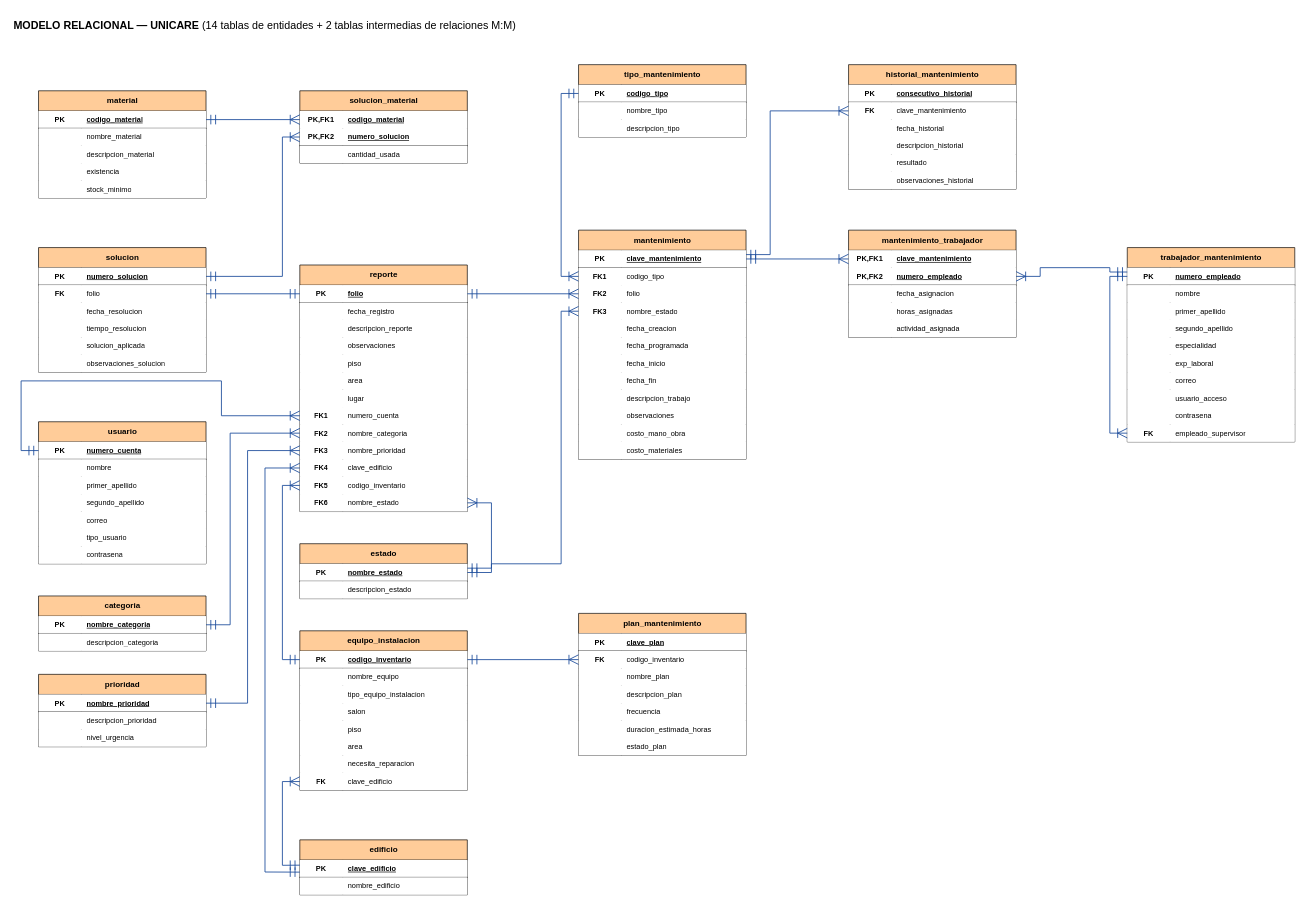
Before: page "MR UniCare (16 tablas)" (2 of 2) of docs/UniCare_DER_MR_14_entidades.drawio in AntonioAzael/UNICARE, a draw.io diagram. Source tidied: cells renumbered, new cells numbered last; positions are measured from the earlier drawing's top-left corner, leaving out a move shared by most shapes. Both pictures are drawn from the tidied source at 67%, with x=0, y=0 at pixel (12, 11).
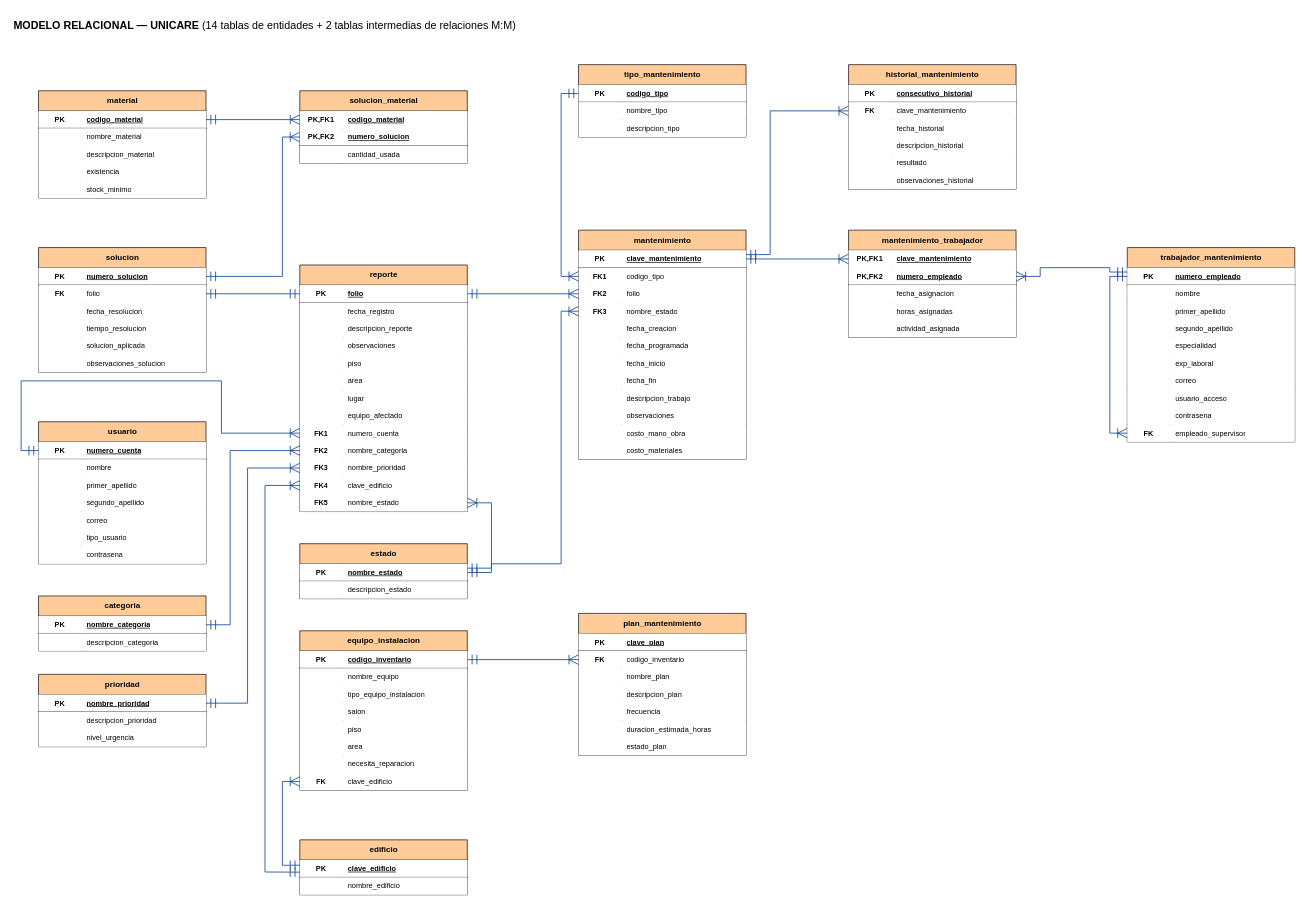
The same diagram, later.

The change refers to these unchanged cells:
```xml
<mxCell id="39" style="shape=tableRow;horizontal=0;startSize=0;swimlaneHead=0;swimlaneBody=0;fillColor=#FFFFFF;points=[[0,0.5],[1,0.5]];portConstraint=eastwest;top=0;left=0;right=0;bottom=1;html=1;" parent="38" vertex="1">
  <mxGeometry y="30" width="250" height="26" as="geometry" />
</mxCell>
<mxCell id="61" style="shape=tableRow;horizontal=0;startSize=0;swimlaneHead=0;swimlaneBody=0;fillColor=#FFFFFF;points=[[0,0.5],[1,0.5]];portConstraint=eastwest;top=0;left=0;right=0;bottom=1;html=1;" parent="60" vertex="1">
  <mxGeometry y="30" width="250" height="26" as="geometry" />
</mxCell>
<mxCell id="68" style="shape=tableRow;horizontal=0;startSize=0;swimlaneHead=0;swimlaneBody=0;fillColor=#FFFFFF;points=[[0,0.5],[1,0.5]];portConstraint=eastwest;top=0;left=0;right=0;bottom=1;html=1;" parent="67" vertex="1">
  <mxGeometry y="30" width="250" height="26" as="geometry" />
</mxCell>
<mxCell id="87" value="reporte" style="shape=table;startSize=30;childLayout=tableLayout;rowLines=0;fontStyle=1;align=center;html=1;fillColor=#FFCC99;strokeColor=#000000;fontSize=12;" parent="1" vertex="1">
  <mxGeometry x="429" y="378" width="250" height="368" as="geometry" />
</mxCell>
<mxCell id="112" style="shape=tableRow;horizontal=0;startSize=0;swimlaneHead=0;swimlaneBody=0;fillColor=#FFFFFF;points=[[0,0.5],[1,0.5]];portConstraint=eastwest;top=0;left=0;right=0;bottom=0;html=1;" parent="87" vertex="1">
  <mxGeometry y="342" width="250" height="26" as="geometry" />
</mxCell>
<mxCell id="123" style="shape=tableRow;horizontal=0;startSize=0;swimlaneHead=0;swimlaneBody=0;fillColor=#FFFFFF;points=[[0,0.5],[1,0.5]];portConstraint=eastwest;top=0;left=0;right=0;bottom=1;html=1;" parent="122" vertex="1">
  <mxGeometry y="30" width="250" height="26" as="geometry" />
</mxCell>
<mxCell id="148" style="shape=tableRow;horizontal=0;startSize=0;swimlaneHead=0;swimlaneBody=0;fillColor=#FFFFFF;points=[[0,0.5],[1,0.5]];portConstraint=eastwest;top=0;left=0;right=0;bottom=1;html=1;" parent="147" vertex="1">
  <mxGeometry y="30" width="250" height="26" as="geometry" />
</mxCell>
```

What changed in the source:
```diff
@@
     <mxCell id="100" style="shape=tableRow;horizontal=0;startSize=0;swimlaneHead=0;swimlaneBody=0;fillColor=#FFFFFF;points=[[0,0.5],[1,0.5]];portConstraint=eastwest;top=0;left=0;right=0;bottom=0;html=1;" parent="87" vertex="1">
-      <mxGeometry y="212" width="250" height="26" as="geometry" />
+      <mxGeometry y="238" width="250" height="26" as="geometry" />
     </mxCell>
@@
     <mxCell id="103" style="shape=tableRow;horizontal=0;startSize=0;swimlaneHead=0;swimlaneBody=0;fillColor=#FFFFFF;points=[[0,0.5],[1,0.5]];portConstraint=eastwest;top=0;left=0;right=0;bottom=0;html=1;" parent="87" vertex="1">
-      <mxGeometry y="238" width="250" height="26" as="geometry" />
+      <mxGeometry y="264" width="250" height="26" as="geometry" />
     </mxCell>
@@
     <mxCell id="106" style="shape=tableRow;horizontal=0;startSize=0;swimlaneHead=0;swimlaneBody=0;fillColor=#FFFFFF;points=[[0,0.5],[1,0.5]];portConstraint=eastwest;top=0;left=0;right=0;bottom=0;html=1;" parent="87" vertex="1">
-      <mxGeometry y="264" width="250" height="26" as="geometry" />
+      <mxGeometry y="290" width="250" height="26" as="geometry" />
     </mxCell>
@@
     <mxCell id="109" style="shape=tableRow;horizontal=0;startSize=0;swimlaneHead=0;swimlaneBody=0;fillColor=#FFFFFF;points=[[0,0.5],[1,0.5]];portConstraint=eastwest;top=0;left=0;right=0;bottom=0;html=1;" parent="87" vertex="1">
-      <mxGeometry y="316" width="250" height="26" as="geometry" />
+      <mxGeometry y="212" width="250" height="26" as="geometry" />
     </mxCell>
-    <mxCell id="110" value="FK5" style="shape=partialRectangle;fillColor=none;top=0;left=0;bottom=0;right=0;fontStyle=1;overflow=hidden;html=1;fontSize=11;" parent="109" vertex="1">
+    <mxCell id="110" style="shape=partialRectangle;fillColor=none;top=0;left=0;bottom=0;right=0;fontStyle=1;overflow=hidden;html=1;fontSize=11;" parent="109" vertex="1">
       <mxGeometry width="64" height="26" as="geometry" />
     </mxCell>
-    <mxCell id="111" value="codigo_inventario" style="shape=partialRectangle;fillColor=none;top=0;left=0;bottom=0;right=0;align=left;spacingLeft=6;fontStyle=0;overflow=hidden;html=1;fontSize=11;" parent="109" vertex="1">
+    <mxCell id="111" value="equipo_afectado" style="shape=partialRectangle;fillColor=none;top=0;left=0;bottom=0;right=0;align=left;spacingLeft=6;fontStyle=0;overflow=hidden;html=1;fontSize=11;" parent="109" vertex="1">
       <mxGeometry x="64" width="186" height="26" as="geometry" />
     </mxCell>
@@
-    <mxCell id="113" value="FK6" style="shape=partialRectangle;fillColor=none;top=0;left=0;bottom=0;right=0;fontStyle=1;overflow=hidden;html=1;fontSize=11;" parent="112" vertex="1">
+    <mxCell id="113" value="FK5" style="shape=partialRectangle;fillColor=none;top=0;left=0;bottom=0;right=0;fontStyle=1;overflow=hidden;html=1;fontSize=11;" parent="112" vertex="1">
       <mxGeometry width="64" height="26" as="geometry" />
     </mxCell>
@@
-    <mxCell id="289" style="edgeStyle=none;rounded=0;html=1;jumpStyle=arc;jumpSize=10;strokeColor=#1F4E9C;strokeWidth=1.3;startArrow=ERoneToMany;endArrow=ERmandOne;startFill=0;endFill=0;startSize=12;endSize=12;exitX=0;exitY=0.5;exitDx=0;exitDy=0;exitPerimeter=0;entryX=0;entryY=0.5;entryDx=0;entryDy=0;entryPerimeter=0;" parent="1" edge="1" source="109" target="123">
-      <mxGeometry relative="1" as="geometry">
-        <Array as="points">
-          <mxPoint x="403" y="707" />
-          <mxPoint x="403" y="967" />
-        </Array>
-      </mxGeometry>
-    </mxCell>
     <mxCell id="290" style="edgeStyle=none;rounded=0;html=1;jumpStyle=arc;jumpSize=10;strokeColor=#1F4E9C;strokeWidth=1.3;startArrow=ERoneToMany;endArrow=ERmandOne;startFill=0;endFill=0;startSize=12;endSize=12;exitX=0;exitY=0.5;exitDx=0;exitDy=0;exitPerimeter=0;entryX=1;entryY=0.5;entryDx=0;entryDy=0;entryPerimeter=0;" parent="1" edge="1" source="103" target="61">
       <mxGeometry relative="1" as="geometry">
         <Array as="points">
-          <mxPoint x="325" y="629" />
+          <mxPoint x="325" y="655" />
           <mxPoint x="325" y="915" />
         </Array>
       </mxGeometry>
     </mxCell>
@@
     <mxCell id="300" style="edgeStyle=none;rounded=0;html=1;jumpStyle=arc;jumpSize=10;strokeColor=#1F4E9C;strokeWidth=1.3;startArrow=ERoneToMany;endArrow=ERmandOne;startFill=0;endFill=0;startSize=12;endSize=12;exitX=0;exitY=0.5;exitDx=0;exitDy=0;exitPerimeter=0;entryX=1;entryY=0.5;entryDx=0;entryDy=0;entryPerimeter=0;" parent="1" edge="1" source="106" target="68">
       <mxGeometry relative="1" as="geometry">
         <Array as="points">
-          <mxPoint x="351" y="655" />
+          <mxPoint x="351" y="681" />
           <mxPoint x="351" y="1032" />
         </Array>
       </mxGeometry>
     </mxCell>
@@
     <mxCell id="302" style="edgeStyle=none;rounded=0;html=1;jumpStyle=arc;jumpSize=10;strokeColor=#1F4E9C;strokeWidth=1.3;startArrow=ERoneToMany;endArrow=ERmandOne;startFill=0;endFill=0;startSize=12;endSize=12;exitX=0;exitY=0.5;exitDx=0;exitDy=0;exitPerimeter=0;entryX=0;entryY=0.5;entryDx=0;entryDy=0;entryPerimeter=0;" parent="1" edge="1" source="100" target="39">
       <mxGeometry relative="1" as="geometry">
         <Array as="points">
-          <mxPoint x="312" y="603" />
+          <mxPoint x="312" y="629" />
           <mxPoint x="312" y="551" />
           <mxPoint x="13" y="551" />
           <mxPoint x="13" y="655" />
         </Array>
       </mxGeometry>
     </mxCell>
@@
     <mxCell id="315" style="shape=tableRow;horizontal=0;startSize=0;swimlaneHead=0;swimlaneBody=0;fillColor=#FFFFFF;points=[[0,0.5],[1,0.5]];portConstraint=eastwest;top=0;left=0;right=0;bottom=0;html=1;" parent="87" vertex="1">
-      <mxGeometry y="290" width="250" height="26" as="geometry" />
+      <mxGeometry y="316" width="250" height="26" as="geometry" />
     </mxCell>
@@
     <mxCell id="318" style="edgeStyle=none;rounded=0;html=1;jumpStyle=arc;jumpSize=10;strokeColor=#1F4E9C;strokeWidth=1.3;startArrow=ERoneToMany;endArrow=ERmandOne;startFill=0;endFill=0;startSize=12;endSize=12;exitX=0;exitY=0.5;exitDx=0;exitDy=0;exitPerimeter=0;entryX=0;entryY=0.7;entryDx=0;entryDy=0;entryPerimeter=0;" parent="1" edge="1" source="315" target="148">
       <mxGeometry relative="1" as="geometry">
         <Array as="points">
-          <mxPoint x="377" y="681" />
+          <mxPoint x="377" y="707" />
           <mxPoint x="377" y="1284" />
         </Array>
       </mxGeometry>
     </mxCell>
```
